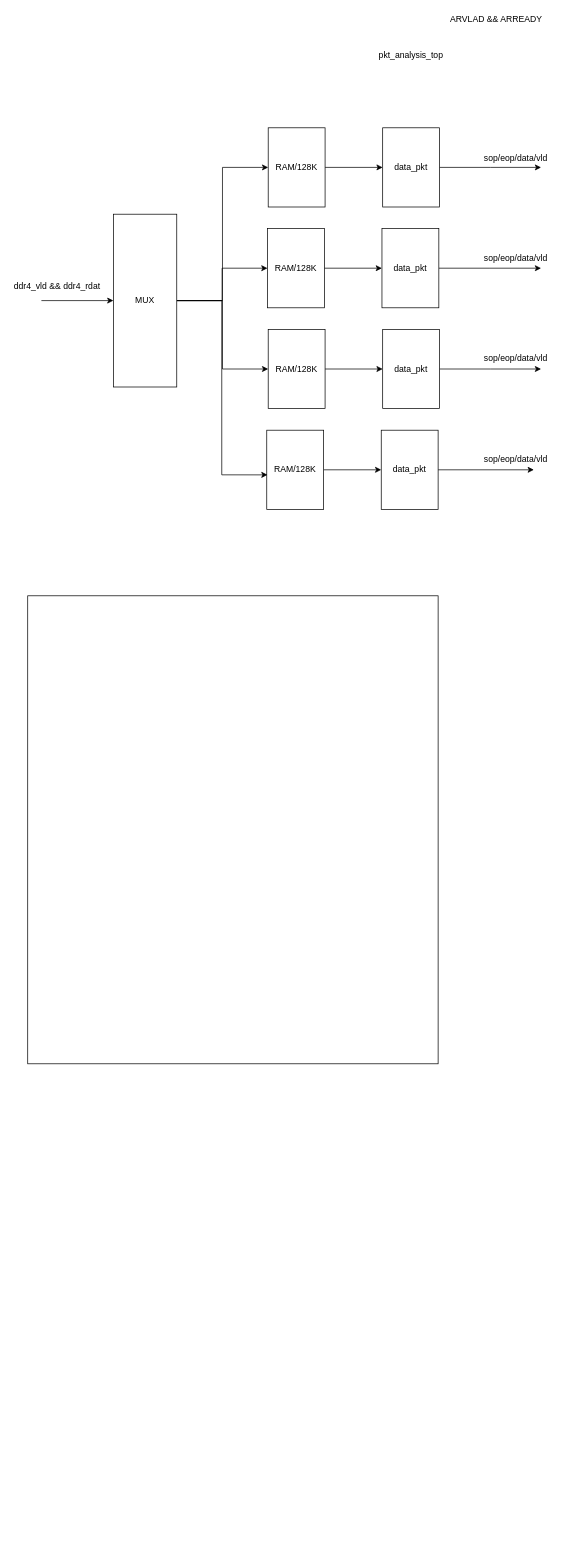
muguang123/drwaio keeps this draw.io diagram as page "多通道" (13 of 20) of FPGA_output.drawio. Above is the earlier version. Source tidied: cells renumbered, new cells numbered last; positions are measured from the earlier drawing's top-left corner, leaving out a move shared by most shapes. Both pictures are drawn from the tidied source at 72%, with x=0, y=0 at pixel (12, 12).
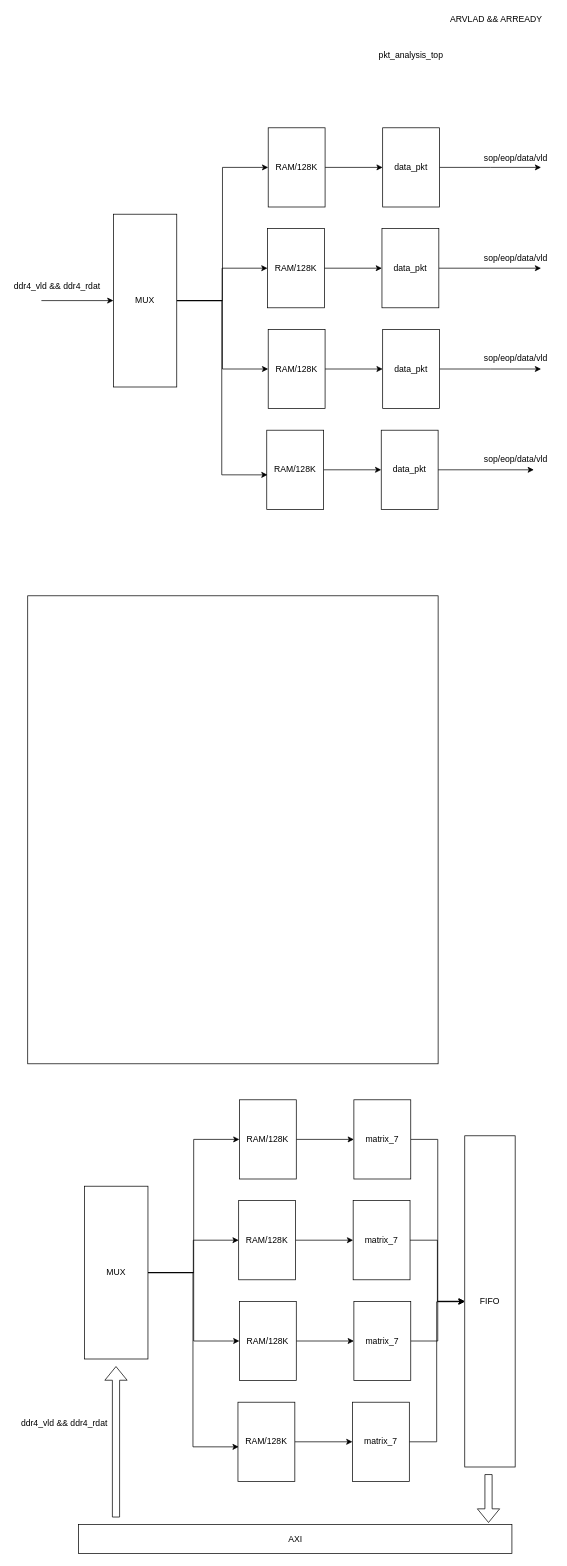
The same diagram, later.

Change to the diagram source:
```diff
@@
+    <mxCell id="32" style="edgeStyle=orthogonalEdgeStyle;rounded=0;jettySize=auto;html=1;" parent="1" edge="1" source="33" target="35">
+      <mxGeometry relative="1" as="geometry" />
+    </mxCell>
+    <mxCell id="33" value="RAM/128K" style="rounded=0;whiteSpace=wrap;html=1;" parent="1" vertex="1">
+      <mxGeometry x="315" y="1510" width="79" height="110" as="geometry" />
+    </mxCell>
+    <mxCell id="34" style="edgeStyle=orthogonalEdgeStyle;rounded=0;jettySize=auto;html=1;exitX=1;exitY=0.5;exitDx=0;exitDy=0;strokeWidth=1;" parent="1" edge="1" source="35" target="54">
+      <mxGeometry relative="1" as="geometry" />
+    </mxCell>
+    <mxCell id="35" value="matrix_7" style="rounded=0;whiteSpace=wrap;html=1;" parent="1" vertex="1">
+      <mxGeometry x="474" y="1510" width="79" height="110" as="geometry" />
+    </mxCell>
+    <mxCell id="36" style="edgeStyle=orthogonalEdgeStyle;rounded=0;jettySize=auto;html=1;" parent="1" edge="1" source="37" target="39">
+      <mxGeometry relative="1" as="geometry" />
+    </mxCell>
+    <mxCell id="37" value="RAM/128K" style="rounded=0;whiteSpace=wrap;html=1;" parent="1" vertex="1">
+      <mxGeometry x="314" y="1650" width="79" height="110" as="geometry" />
+    </mxCell>
+    <mxCell id="38" style="edgeStyle=orthogonalEdgeStyle;rounded=0;jettySize=auto;html=1;exitX=1;exitY=0.5;exitDx=0;exitDy=0;strokeWidth=1;entryX=0;entryY=0.5;entryDx=0;entryDy=0;" parent="1" edge="1" source="39" target="54">
+      <mxGeometry relative="1" as="geometry" />
+    </mxCell>
+    <mxCell id="39" value="&lt;span style=&quot;white-space: normal&quot;&gt;matrix_7&lt;/span&gt;" style="rounded=0;whiteSpace=wrap;html=1;" parent="1" vertex="1">
+      <mxGeometry x="473" y="1650" width="79" height="110" as="geometry" />
+    </mxCell>
+    <mxCell id="40" style="edgeStyle=orthogonalEdgeStyle;rounded=0;jettySize=auto;html=1;" parent="1" edge="1" source="41" target="43">
+      <mxGeometry relative="1" as="geometry" />
+    </mxCell>
+    <mxCell id="41" value="RAM/128K" style="rounded=0;whiteSpace=wrap;html=1;" parent="1" vertex="1">
+      <mxGeometry x="315" y="1790" width="79" height="110" as="geometry" />
+    </mxCell>
+    <mxCell id="42" style="edgeStyle=orthogonalEdgeStyle;rounded=0;jettySize=auto;html=1;entryX=0;entryY=0.5;entryDx=0;entryDy=0;strokeWidth=1;" parent="1" edge="1" source="43" target="54">
+      <mxGeometry relative="1" as="geometry" />
+    </mxCell>
+    <mxCell id="43" value="&lt;span style=&quot;white-space: normal&quot;&gt;matrix_7&lt;/span&gt;" style="rounded=0;whiteSpace=wrap;html=1;" parent="1" vertex="1">
+      <mxGeometry x="474" y="1790" width="79" height="110" as="geometry" />
+    </mxCell>
+    <mxCell id="44" style="edgeStyle=orthogonalEdgeStyle;rounded=0;jettySize=auto;html=1;" parent="1" edge="1" source="45" target="47">
+      <mxGeometry relative="1" as="geometry" />
+    </mxCell>
+    <mxCell id="45" value="RAM/128K" style="rounded=0;whiteSpace=wrap;html=1;" parent="1" vertex="1">
+      <mxGeometry x="313" y="1930" width="79" height="110" as="geometry" />
+    </mxCell>
+    <mxCell id="46" style="edgeStyle=orthogonalEdgeStyle;rounded=0;jettySize=auto;html=1;exitX=1;exitY=0.5;exitDx=0;exitDy=0;strokeWidth=1;entryX=-0.005;entryY=0.501;entryDx=0;entryDy=0;entryPerimeter=0;" parent="1" edge="1" source="47" target="54">
+      <mxGeometry relative="1" as="geometry">
+        <Array as="points">
+          <mxPoint x="589" y="1985" />
+          <mxPoint x="589" y="1790" />
+        </Array>
+      </mxGeometry>
+    </mxCell>
+    <mxCell id="47" value="&lt;span style=&quot;white-space: normal&quot;&gt;matrix_7&lt;/span&gt;" style="rounded=0;whiteSpace=wrap;html=1;" parent="1" vertex="1">
+      <mxGeometry x="472" y="1930" width="79" height="110" as="geometry" />
+    </mxCell>
+    <mxCell id="48" style="edgeStyle=orthogonalEdgeStyle;rounded=0;jettySize=auto;html=1;exitX=1;exitY=0.5;exitDx=0;exitDy=0;entryX=0;entryY=0.5;entryDx=0;entryDy=0;exitPerimeter=0;" parent="1" edge="1" source="52" target="33">
+      <mxGeometry relative="1" as="geometry" />
+    </mxCell>
+    <mxCell id="49" style="edgeStyle=orthogonalEdgeStyle;rounded=0;jettySize=auto;html=1;exitX=1;exitY=0.5;exitDx=0;exitDy=0;entryX=0;entryY=0.5;entryDx=0;entryDy=0;" parent="1" edge="1" source="52" target="37">
+      <mxGeometry relative="1" as="geometry" />
+    </mxCell>
+    <mxCell id="50" style="edgeStyle=orthogonalEdgeStyle;rounded=0;jettySize=auto;html=1;exitX=1;exitY=0.5;exitDx=0;exitDy=0;" parent="1" edge="1" source="52" target="41">
+      <mxGeometry relative="1" as="geometry" />
+    </mxCell>
+    <mxCell id="51" style="edgeStyle=orthogonalEdgeStyle;rounded=0;jettySize=auto;html=1;exitX=1;exitY=0.5;exitDx=0;exitDy=0;entryX=0.013;entryY=0.564;entryDx=0;entryDy=0;entryPerimeter=0;" parent="1" edge="1" source="52" target="45">
+      <mxGeometry relative="1" as="geometry" />
+    </mxCell>
+    <mxCell id="52" value="MUX" style="rounded=0;whiteSpace=wrap;html=1;" parent="1" vertex="1">
+      <mxGeometry x="100" y="1630" width="88" height="240" as="geometry" />
+    </mxCell>
+    <mxCell id="53" value="ddr4_vld &amp;amp;&amp;amp; ddr4_rdat" style="text;html=1;align=left;verticalAlign=top;spacingTop=-4;" parent="1" vertex="1">
+      <mxGeometry x="10" y="1950" width="140" height="20" as="geometry" />
+    </mxCell>
+    <mxCell id="54" value="FIFO" style="rounded=0;whiteSpace=wrap;html=1;fillColor=none;" parent="1" vertex="1">
+      <mxGeometry x="628" y="1560" width="70" height="460" as="geometry" />
+    </mxCell>
+    <mxCell id="55" value="AXI" style="rounded=0;whiteSpace=wrap;html=1;fillColor=none;" parent="1" vertex="1">
+      <mxGeometry x="91.5" y="2100" width="602" height="40" as="geometry" />
+    </mxCell>
+    <mxCell id="56" style="shape=flexArrow;endArrow=classic;html=1;strokeWidth=1;entryX=0.946;entryY=-0.06;entryDx=0;entryDy=0;entryPerimeter=0;" parent="1" edge="1" target="55">
+      <mxGeometry relative="1" as="geometry">
+        <mxPoint x="661" y="2030" as="sourcePoint" />
+      </mxGeometry>
+    </mxCell>
+    <mxCell id="57" style="shape=flexArrow;endArrow=classic;html=1;strokeWidth=1;" parent="1" edge="1">
+      <mxGeometry relative="1" as="geometry">
+        <mxPoint x="143.6" y="2090" as="sourcePoint" />
+        <mxPoint x="143.6" y="1880" as="targetPoint" />
+      </mxGeometry>
+    </mxCell>
```
